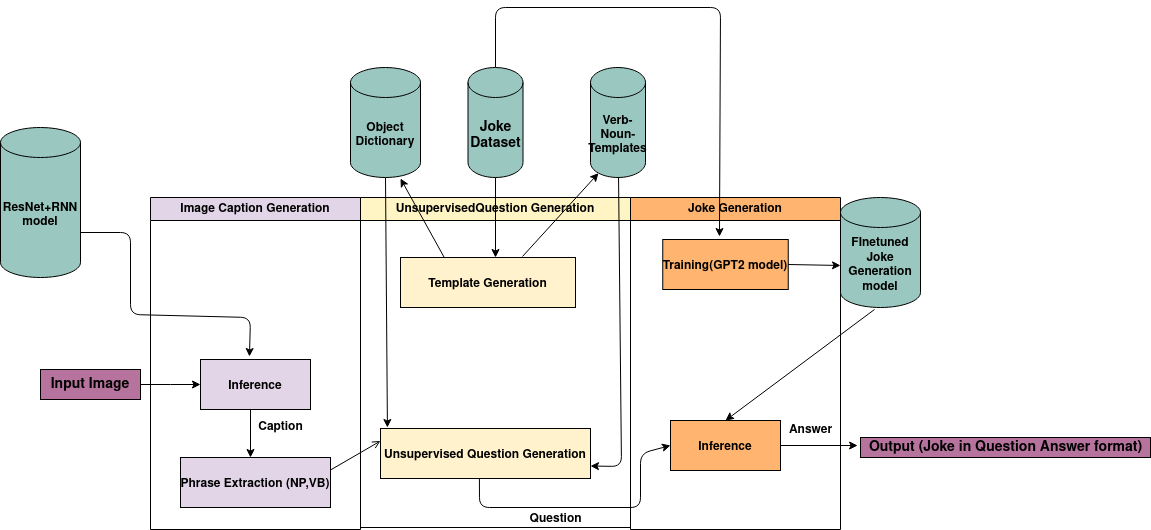
Above: images/New_Architecture.png in IuliiaZaitova/code_slingers (draw.io), before the change. Source tidied: cells renumbered, new cells last; positions are measured from the earlier drawing's top-left corner, leaving out a move shared by most shapes. The source it was exported from:
```xml
<mxGraphModel background="#ffffff">
  <root>
    <mxCell id="0" />
    <mxCell id="1" parent="0" />
    <mxCell id="2" value="UnsupervisedQuestion Generation" style="swimlane;whiteSpace=wrap;strokeColor=#000000;fillColor=#FFF4C3;" parent="1" vertex="1">
      <mxGeometry x="360" y="190" width="270" height="330" as="geometry" />
    </mxCell>
    <mxCell id="3" value="Template Generation" style="strokeColor=#000000;fillColor=#FFF2CC;fontStyle=1;" parent="2" vertex="1">
      <mxGeometry x="40" y="60" width="175" height="50" as="geometry" />
    </mxCell>
    <mxCell id="4" value="Unsupervised Question Generation" style="strokeColor=#000000;fillColor=#FFF2CC;fontStyle=1;" parent="2" vertex="1">
      <mxGeometry x="20" y="231" width="210" height="50" as="geometry" />
    </mxCell>
    <mxCell id="5" value="Image Caption Generation" style="swimlane;whiteSpace=wrap;strokeColor=#000000;fillColor=#E1D5E7;" parent="2" vertex="1">
      <mxGeometry x="-210" width="210" height="332" as="geometry" />
    </mxCell>
    <mxCell id="6" value="Inference" style="strokeColor=#000000;fillColor=#E1D5E7;fontStyle=1;" parent="5" vertex="1">
      <mxGeometry x="50" y="162" width="110" height="50" as="geometry" />
    </mxCell>
    <mxCell id="7" value="Phrase Extraction (NP,VB)" style="strokeColor=#000000;fillColor=#E1D5E7;fontStyle=1;" parent="5" vertex="1">
      <mxGeometry x="30" y="260" width="150" height="50" as="geometry" />
    </mxCell>
    <mxCell id="8" style="endArrow=classic;html=1;exitX=0.5;exitY=1;exitDx=0;exitDy=0;entryX=0.5;entryY=0;entryDx=0;entryDy=0;" parent="5" edge="1">
      <mxGeometry relative="1" as="geometry">
        <mxPoint x="100" y="212" as="sourcePoint" />
        <mxPoint x="100" y="260" as="targetPoint" />
      </mxGeometry>
    </mxCell>
    <mxCell id="9" style="endArrow=open;strokeColor=#000000;endFill=1;rounded=0;exitX=1;exitY=0.25;exitDx=0;exitDy=0;entryX=0;entryY=0.25;entryDx=0;entryDy=0;" parent="2" edge="1" source="7" target="4">
      <mxGeometry relative="1" as="geometry" />
    </mxCell>
    <mxCell id="10" value="&lt;b&gt;Question&lt;/b&gt;" style="text;html=1;align=center;verticalAlign=middle;strokeColor=none;" parent="2" vertex="1">
      <mxGeometry x="160" y="312" width="70" height="20" as="geometry" />
    </mxCell>
    <mxCell id="11" value="Joke Generation" style="swimlane;whiteSpace=wrap;strokeColor=#000000;fillColor=#FFB570;" parent="1" vertex="1">
      <mxGeometry x="630" y="190" width="210" height="332" as="geometry" />
    </mxCell>
    <mxCell id="12" value="Training(GPT2 model)" style="strokeColor=#000000;fillColor=#FFB570;fontStyle=1;" parent="11" vertex="1">
      <mxGeometry x="32.2" y="42" width="125.5" height="50" as="geometry" />
    </mxCell>
    <mxCell id="13" value="Inference" style="strokeColor=#000000;fillColor=#FFB570;fontStyle=1;" parent="11" vertex="1">
      <mxGeometry x="40" y="223" width="110" height="50" as="geometry" />
    </mxCell>
    <mxCell id="14" value="&lt;b&gt;Answer&lt;/b&gt;" style="text;html=1;align=center;verticalAlign=middle;strokeColor=none;" parent="11" vertex="1">
      <mxGeometry x="150" y="223" width="60" height="20" as="geometry" />
    </mxCell>
    <mxCell id="15" style="endArrow=classic;html=1;strokeColor=#000000;entryX=0;entryY=0.5;entryDx=0;entryDy=0;exitX=1;exitY=0.5;exitDx=0;exitDy=0;" parent="1" edge="1" source="16" target="6">
      <mxGeometry relative="1" as="geometry">
        <Array as="points">
          <mxPoint x="160" y="377" />
        </Array>
      </mxGeometry>
    </mxCell>
    <mxCell id="16" value="&lt;font style=&quot;font-size: 14px&quot;&gt;&lt;b&gt;Input Image&lt;/b&gt;&lt;/font&gt;" style="text;html=1;strokeColor=#000000;fillColor=#B5739D;align=center;verticalAlign=middle;whiteSpace=wrap;rounded=0;" parent="1" vertex="1">
      <mxGeometry x="40" y="362" width="100" height="30" as="geometry" />
    </mxCell>
    <mxCell id="17" value="&lt;b&gt;FInetuned Joke Generation model&lt;/b&gt;" style="shape=cylinder3;whiteSpace=wrap;html=1;boundedLbl=1;backgroundOutline=1;size=15;strokeColor=#000000;fillColor=#9AC7BF;" parent="1" vertex="1">
      <mxGeometry x="840" y="190" width="80" height="110" as="geometry" />
    </mxCell>
    <mxCell id="18" style="endArrow=classic;html=1;exitX=1;exitY=0.5;exitDx=0;exitDy=0;strokeColor=#000000;entryX=-0.01;entryY=0.4;entryDx=0;entryDy=0;entryPerimeter=0;" parent="1" edge="1" source="13" target="21">
      <mxGeometry relative="1" as="geometry" />
    </mxCell>
    <mxCell id="19" style="endArrow=classic;html=1;exitX=0.5;exitY=0;exitDx=0;exitDy=0;strokeColor=#000000;entryX=0.452;entryY=-0.06;entryDx=0;entryDy=0;exitPerimeter=0;entryPerimeter=0;" parent="1" edge="1" source="24" target="12">
      <mxGeometry relative="1" as="geometry">
        <Array as="points">
          <mxPoint x="495" />
          <mxPoint x="720" />
        </Array>
      </mxGeometry>
    </mxCell>
    <mxCell id="20" style="endArrow=classic;html=1;exitX=1;exitY=0.5;exitDx=0;exitDy=0;entryX=0;entryY=0.618;entryDx=0;entryDy=0;entryPerimeter=0;strokeColor=#000000;" parent="1" edge="1" source="12" target="17">
      <mxGeometry relative="1" as="geometry" />
    </mxCell>
    <mxCell id="21" value="&lt;font style=&quot;font-size: 14px&quot;&gt;&lt;b&gt;Output (Joke in Question Answer format)&lt;/b&gt;&lt;/font&gt;" style="text;html=1;align=center;verticalAlign=middle;points=[];strokeColor=#000000;fillColor=#B5739D;" parent="1" vertex="1">
      <mxGeometry x="860" y="430" width="290" height="20" as="geometry" />
    </mxCell>
    <mxCell id="22" style="endArrow=classic;html=1;strokeColor=#000000;exitX=0.425;exitY=1.018;exitDx=0;exitDy=0;entryX=0.5;entryY=0;entryDx=0;entryDy=0;exitPerimeter=0;" parent="1" edge="1" source="17" target="13">
      <mxGeometry relative="1" as="geometry" />
    </mxCell>
    <mxCell id="23" value="&lt;b&gt;ResNet+RNN model&lt;/b&gt;" style="shape=cylinder3;whiteSpace=wrap;html=1;boundedLbl=1;backgroundOutline=1;size=15;strokeColor=#000000;fillColor=#9AC7BF;" parent="1" vertex="1">
      <mxGeometry y="120" width="80" height="150" as="geometry" />
    </mxCell>
    <mxCell id="24" value="&lt;font style=&quot;font-size: 14px&quot;&gt;&lt;b&gt;Joke Dataset&lt;/b&gt;&lt;/font&gt;" style="shape=cylinder3;whiteSpace=wrap;html=1;boundedLbl=1;backgroundOutline=1;size=15;strokeColor=#000000;fillColor=#9AC7BF;" parent="1" vertex="1">
      <mxGeometry x="467.5" y="60" width="55" height="110" as="geometry" />
    </mxCell>
    <mxCell id="25" style="endArrow=classic;html=1;exitX=0.5;exitY=1;exitDx=0;exitDy=0;exitPerimeter=0;" parent="1" edge="1" source="24">
      <mxGeometry relative="1" as="geometry">
        <mxPoint x="495" y="250" as="targetPoint" />
      </mxGeometry>
    </mxCell>
    <mxCell id="26" style="endArrow=classic;html=1;shadow=0;entryX=0;entryY=0.5;entryDx=0;entryDy=0;exitX=0.471;exitY=1;exitDx=0;exitDy=0;exitPerimeter=0;" parent="1" edge="1" source="4" target="13">
      <mxGeometry relative="1" as="geometry">
        <Array as="points">
          <mxPoint x="479" y="500" />
          <mxPoint x="640" y="500" />
          <mxPoint x="640" y="446" />
        </Array>
      </mxGeometry>
    </mxCell>
    <mxCell id="27" value="&lt;b&gt;Verb-Noun-Templates&lt;/b&gt;" style="shape=cylinder3;whiteSpace=wrap;html=1;boundedLbl=1;backgroundOutline=1;size=15;strokeColor=#000000;fillColor=#9AC7BF;" parent="1" vertex="1">
      <mxGeometry x="590" y="60" width="55" height="110" as="geometry" />
    </mxCell>
    <mxCell id="28" style="endArrow=classic;html=1;exitX=0.697;exitY=-0.02;exitDx=0;exitDy=0;exitPerimeter=0;entryX=0.145;entryY=1;entryDx=0;entryDy=-4.35;entryPerimeter=0;" parent="1" edge="1" source="3" target="27">
      <mxGeometry relative="1" as="geometry" />
    </mxCell>
    <mxCell id="29" style="endArrow=classic;html=1;exitX=1;exitY=0;exitDx=0;exitDy=105;exitPerimeter=0;entryX=0.445;entryY=-0.06;entryDx=0;entryDy=0;entryPerimeter=0;" parent="1" edge="1" source="23" target="6">
      <mxGeometry relative="1" as="geometry">
        <Array as="points">
          <mxPoint x="130" y="225" />
          <mxPoint x="130" y="307" />
          <mxPoint x="250" y="310" />
        </Array>
      </mxGeometry>
    </mxCell>
    <mxCell id="30" value="&lt;b&gt;Caption&lt;/b&gt;" style="text;html=1;align=center;verticalAlign=middle;strokeColor=none;" parent="1" vertex="1">
      <mxGeometry x="250" y="410" width="60" height="20" as="geometry" />
    </mxCell>
    <mxCell id="31" style="endArrow=classic;html=1;entryX=1;entryY=0.75;entryDx=0;entryDy=0;" parent="1" edge="1" source="27" target="4">
      <mxGeometry relative="1" as="geometry">
        <Array as="points">
          <mxPoint x="621" y="459" />
        </Array>
      </mxGeometry>
    </mxCell>
    <mxCell id="32" value="&lt;b&gt;Object Dictionary&lt;br&gt;&lt;/b&gt;" style="shape=cylinder3;whiteSpace=wrap;html=1;boundedLbl=1;backgroundOutline=1;size=15;strokeColor=#000000;fillColor=#9AC7BF;" parent="1" vertex="1">
      <mxGeometry x="350" y="60" width="70" height="110" as="geometry" />
    </mxCell>
    <mxCell id="33" style="endArrow=classic;html=1;exitX=0.25;exitY=0;exitDx=0;exitDy=0;" parent="1" edge="1" source="3">
      <mxGeometry relative="1" as="geometry">
        <mxPoint x="400" y="171" as="targetPoint" />
      </mxGeometry>
    </mxCell>
    <mxCell id="34" style="endArrow=classic;html=1;exitX=0.5;exitY=1;exitDx=0;exitDy=0;exitPerimeter=0;entryX=0.033;entryY=-0.02;entryDx=0;entryDy=0;entryPerimeter=0;" parent="1" edge="1" source="32" target="4">
      <mxGeometry relative="1" as="geometry" />
    </mxCell>
  </root>
</mxGraphModel>
```
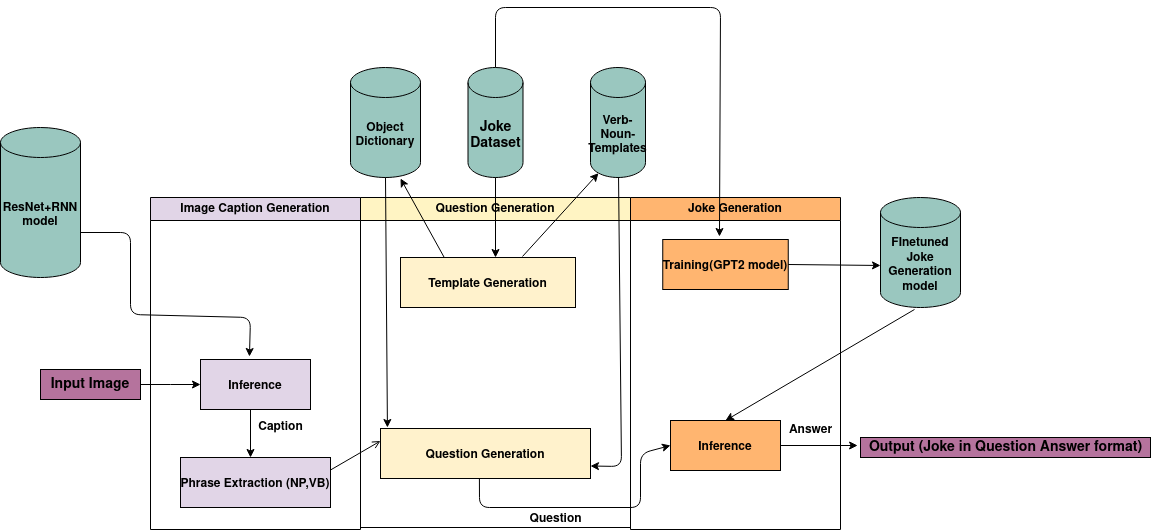
The same file after the commit.

The edit, as a diff of the source:
```diff
@@ -2,13 +2,13 @@
   <root>
     <mxCell id="0" />
     <mxCell id="1" parent="0" />
-    <mxCell id="2" value="UnsupervisedQuestion Generation" style="swimlane;whiteSpace=wrap;strokeColor=#000000;fillColor=#FFF4C3;" parent="1" vertex="1">
+    <mxCell id="2" value="Question Generation" style="swimlane;whiteSpace=wrap;strokeColor=#000000;fillColor=#FFF4C3;" parent="1" vertex="1">
       <mxGeometry x="360" y="190" width="270" height="330" as="geometry" />
     </mxCell>
     <mxCell id="3" value="Template Generation" style="strokeColor=#000000;fillColor=#FFF2CC;fontStyle=1;" parent="2" vertex="1">
       <mxGeometry x="40" y="60" width="175" height="50" as="geometry" />
     </mxCell>
-    <mxCell id="4" value="Unsupervised Question Generation" style="strokeColor=#000000;fillColor=#FFF2CC;fontStyle=1;" parent="2" vertex="1">
+    <mxCell id="4" value="Question Generation" style="strokeColor=#000000;fillColor=#FFF2CC;fontStyle=1;" parent="2" vertex="1">
       <mxGeometry x="20" y="231" width="210" height="50" as="geometry" />
     </mxCell>
     <mxCell id="5" value="Image Caption Generation" style="swimlane;whiteSpace=wrap;strokeColor=#000000;fillColor=#E1D5E7;" parent="2" vertex="1">
@@ -55,7 +55,7 @@
       <mxGeometry x="40" y="362" width="100" height="30" as="geometry" />
     </mxCell>
     <mxCell id="17" value="&lt;b&gt;FInetuned Joke Generation model&lt;/b&gt;" style="shape=cylinder3;whiteSpace=wrap;html=1;boundedLbl=1;backgroundOutline=1;size=15;strokeColor=#000000;fillColor=#9AC7BF;" parent="1" vertex="1">
-      <mxGeometry x="840" y="190" width="80" height="110" as="geometry" />
+      <mxGeometry x="880" y="190" width="80" height="110" as="geometry" />
     </mxCell>
     <mxCell id="18" style="endArrow=classic;html=1;exitX=1;exitY=0.5;exitDx=0;exitDy=0;strokeColor=#000000;entryX=-0.01;entryY=0.4;entryDx=0;entryDy=0;entryPerimeter=0;" parent="1" edge="1" source="13" target="21">
       <mxGeometry relative="1" as="geometry" />
```
